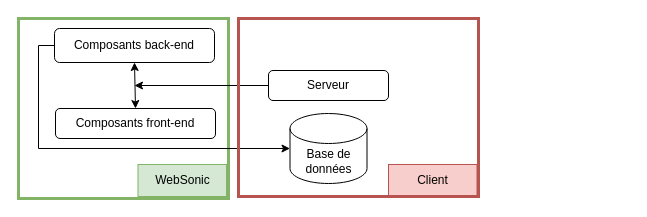
cjour/audit_logistics keeps this draw.io diagram as WebSonic architecture base applicative.drawio. Above is the earlier version. Source tidied: cells renumbered, new cells numbered last; positions are measured from the earlier drawing's top-left corner, leaving out a move shared by most shapes. Both pictures are drawn from the tidied source at 100%, with x=0, y=0 at pixel (18, 18).
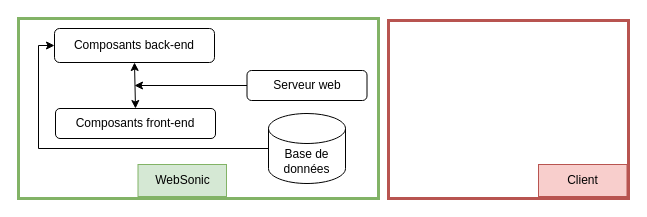
After the change.

Commit message:
Mettre à jour WebSonic architecture base applicative.drawio

Diff of the diagram source:
```diff
@@
 <mxGraphModel>
   <root>
     <mxCell id="0" />
     <mxCell id="1" parent="0" />
     <mxCell id="2" style="rounded=0;whiteSpace=wrap;html=1;fillColor=none;strokeColor=#82b366;strokeWidth=3;" parent="1" vertex="1">
-      <mxGeometry width="210" height="180" as="geometry" />
+      <mxGeometry width="360" height="180" as="geometry" />
     </mxCell>
     <mxCell id="3" value="WebSonic" style="rounded=0;whiteSpace=wrap;html=1;fillColor=#d5e8d4;strokeColor=#82b366;" parent="1" vertex="1">
       <mxGeometry x="119.5" y="146" width="88.5" height="32" as="geometry" />
     </mxCell>
     <mxCell id="4" value="Composants front-end" style="rounded=1;whiteSpace=wrap;html=1;" parent="1" vertex="1">
       <mxGeometry x="37" y="90" width="160" height="30" as="geometry" />
     </mxCell>
     <mxCell id="5" value="Composants back-end" style="rounded=1;whiteSpace=wrap;html=1;" parent="1" vertex="1">
       <mxGeometry x="36" y="10" width="160" height="34" as="geometry" />
     </mxCell>
     <mxCell id="6" style="endArrow=classic;startArrow=classic;html=1;rounded=0;exitX=0.5;exitY=0;exitDx=0;exitDy=0;entryX=0.5;entryY=1;entryDx=0;entryDy=0;" parent="1" edge="1" source="4" target="5">
       <mxGeometry relative="1" as="geometry" />
     </mxCell>
-    <mxCell id="7" value="Client" style="rounded=0;whiteSpace=wrap;html=1;fillColor=#f8cecc;strokeColor=#b85450;" parent="1" vertex="1">
-      <mxGeometry x="370" y="146" width="88.5" height="32" as="geometry" />
-    </mxCell>
     <mxCell id="8" value="Base de données" style="shape=cylinder3;whiteSpace=wrap;html=1;boundedLbl=1;backgroundOutline=1;size=15;" parent="1" vertex="1">
-      <mxGeometry x="271.5" y="95" width="77" height="70" as="geometry" />
+      <mxGeometry x="250" y="95" width="77" height="70" as="geometry" />
     </mxCell>
-    <mxCell id="9" style="endArrow=classic;html=1;rounded=0;entryX=0;entryY=0.5;entryDx=0;entryDy=0;entryPerimeter=0;endFill=1;startArrow=none;startFill=0;exitX=0;exitY=0.5;exitDx=0;exitDy=0;" parent="1" edge="1" source="5" target="8">
+    <mxCell id="9" style="endArrow=none;html=1;rounded=0;entryX=0;entryY=0.5;entryDx=0;entryDy=0;entryPerimeter=0;endFill=0;startArrow=classic;startFill=1;exitX=0;exitY=0.5;exitDx=0;exitDy=0;" parent="1" edge="1" source="5" target="8">
       <mxGeometry relative="1" as="geometry">
         <Array as="points">
           <mxPoint x="20" y="27" />
           <mxPoint x="20" y="130" />
         </Array>
       </mxGeometry>
     </mxCell>
     <mxCell id="10" style="endArrow=none;html=1;rounded=0;entryX=0;entryY=0.5;entryDx=0;entryDy=0;startArrow=classic;startFill=1;endFill=0;" parent="1" edge="1" target="11">
       <mxGeometry relative="1" as="geometry">
         <mxPoint x="116" y="67" as="sourcePoint" />
       </mxGeometry>
     </mxCell>
-    <mxCell id="11" value="Serveur" style="rounded=1;whiteSpace=wrap;html=1;" parent="1" vertex="1">
-      <mxGeometry x="250" y="52" width="120" height="30" as="geometry" />
+    <mxCell id="11" value="&lt;div&gt;Serveur web&lt;/div&gt;" style="rounded=1;whiteSpace=wrap;html=1;" parent="1" vertex="1">
+      <mxGeometry x="228.5" y="52" width="120" height="30" as="geometry" />
     </mxCell>
+    <mxCell id="13" style="group;" parent="1" vertex="1">
+      <mxGeometry x="370" y="2" width="240" height="178" as="geometry" />
+    </mxCell>
-    <mxCell id="12" style="rounded=0;whiteSpace=wrap;html=1;fillColor=none;strokeColor=#b85450;strokeWidth=3;" parent="1" vertex="1">
-      <mxGeometry x="220" width="240" height="178" as="geometry" />
+    <mxCell id="12" style="rounded=0;whiteSpace=wrap;html=1;fillColor=none;strokeColor=#b85450;strokeWidth=3;" parent="13" vertex="1">
+      <mxGeometry width="240" height="178" as="geometry" />
     </mxCell>
+    <mxCell id="7" value="Client" style="rounded=0;whiteSpace=wrap;html=1;fillColor=#f8cecc;strokeColor=#b85450;" parent="13" vertex="1">
+      <mxGeometry x="150" y="144" width="88.5" height="32" as="geometry" />
+    </mxCell>
   </root>
 </mxGraphModel>
```
